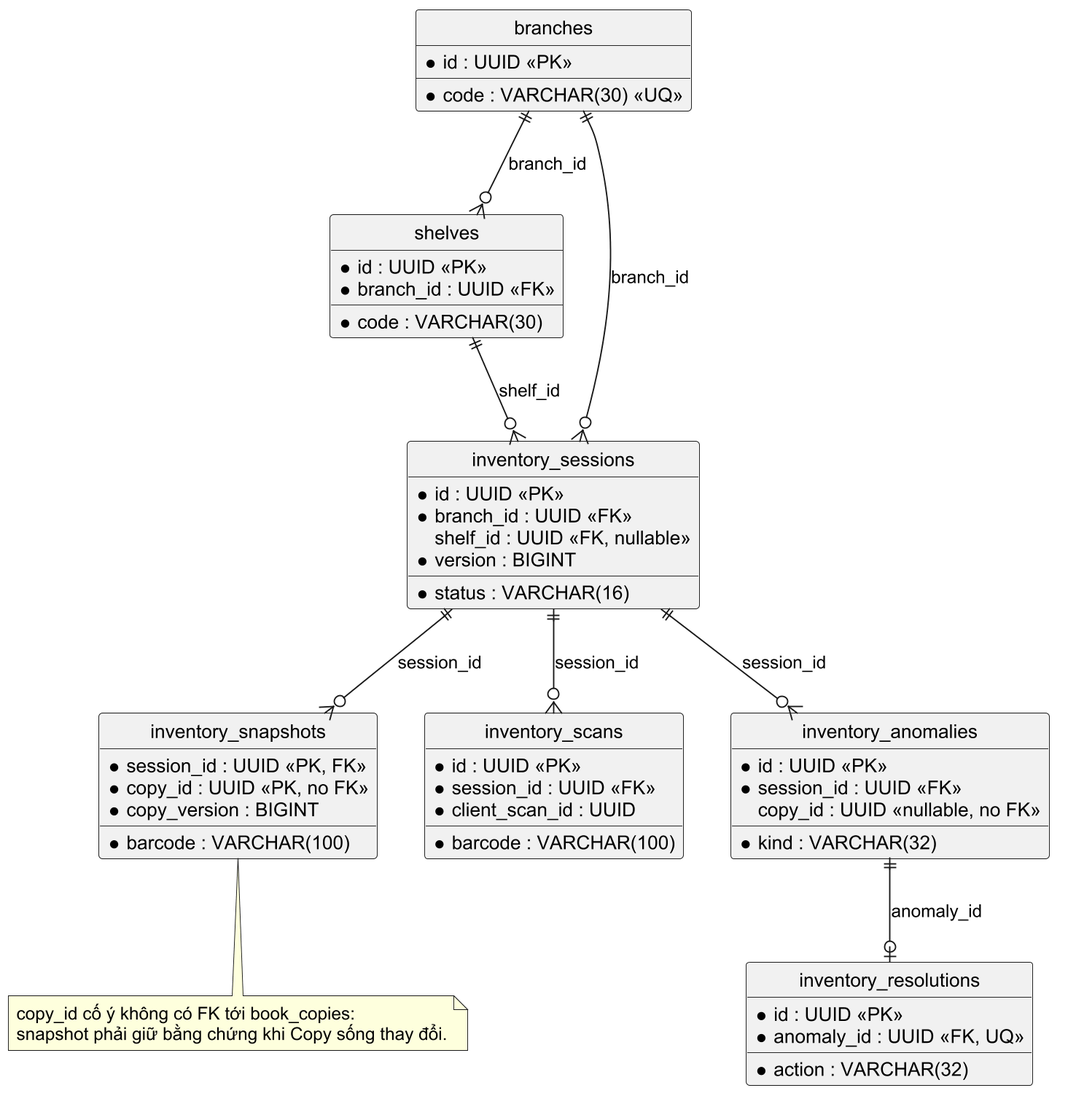
Before: ho-so-nop-bai/bao-cao/hinh/erd-inventory.png, a diagram exported from PlantUML (Shuuma4869/He-thong-quan-ly-va-khai-thac-thu-vien). Source of this version:
```plantuml
@startuml
skinparam shadowing false
skinparam dpi 180
skinparam defaultFontName "Arial"
hide circle
entity "branches" as branches {
  * id : UUID <<PK>>
  * code : VARCHAR(30) <<UQ>>
}
entity "shelves" as shelves {
  * id : UUID <<PK>>
  * branch_id : UUID <<FK>>
  * code : VARCHAR(30)
}
entity "inventory_sessions" as sessions {
  * id : UUID <<PK>>
  * branch_id : UUID <<FK>>
  shelf_id : UUID <<FK, nullable>>
  * status : VARCHAR(16)
  * version : BIGINT
}
entity "inventory_snapshots" as snapshots {
  * session_id : UUID <<PK, FK>>
  * copy_id : UUID <<PK, no FK>>
  * barcode : VARCHAR(100)
  * copy_version : BIGINT
}
entity "inventory_scans" as scans {
  * id : UUID <<PK>>
  * session_id : UUID <<FK>>
  * client_scan_id : UUID
  * barcode : VARCHAR(100)
}
entity "inventory_anomalies" as anomalies {
  * id : UUID <<PK>>
  * session_id : UUID <<FK>>
  copy_id : UUID <<nullable, no FK>>
  * kind : VARCHAR(32)
}
entity "inventory_resolutions" as resolutions {
  * id : UUID <<PK>>
  * anomaly_id : UUID <<FK, UQ>>
  * action : VARCHAR(32)
}
branches ||--o{ shelves : branch_id
branches ||--o{ sessions : branch_id
shelves ||--o{ sessions : shelf_id
sessions ||--o{ snapshots : session_id
sessions ||--o{ scans : session_id
sessions ||--o{ anomalies : session_id
anomalies ||--o| resolutions : anomaly_id
note bottom of snapshots
  copy_id cố ý không có FK tới book_copies:
  snapshot phải giữ bằng chứng khi Copy sống thay đổi.
end note
@enduml
```
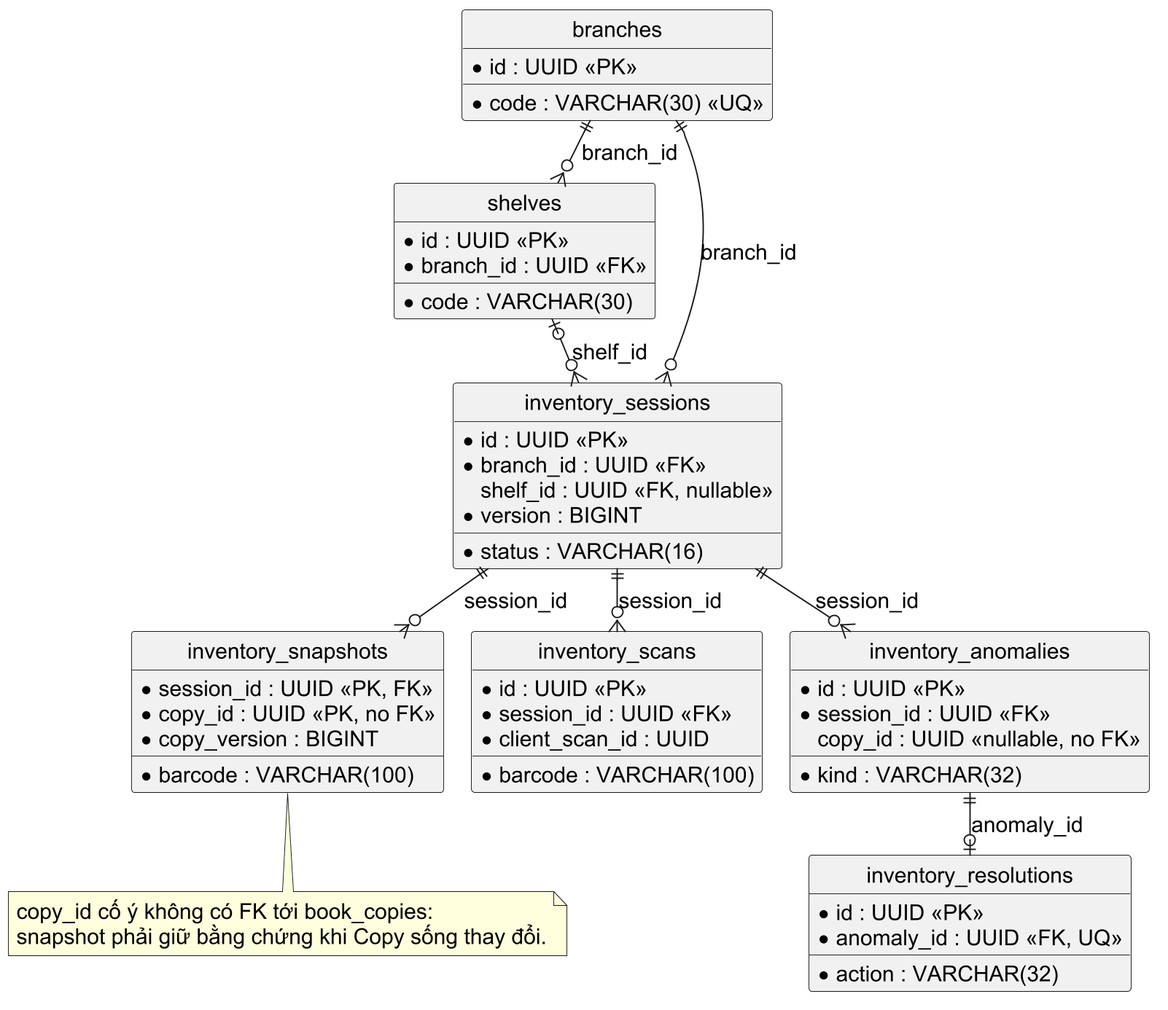
Above is the later version.

What changed in the source:
```diff
@@ -2,6 +2,9 @@
 skinparam shadowing false
 skinparam dpi 180
 skinparam defaultFontName "Arial"
+skinparam defaultFontSize 16
+skinparam nodesep 20
+skinparam ranksep 25
 hide circle
 entity "branches" as branches {
   * id : UUID <<PK>>
@@ -44,7 +47,7 @@
 }
 branches ||--o{ shelves : branch_id
 branches ||--o{ sessions : branch_id
-shelves ||--o{ sessions : shelf_id
+shelves |o--o{ sessions : shelf_id
 sessions ||--o{ snapshots : session_id
 sessions ||--o{ scans : session_id
 sessions ||--o{ anomalies : session_id
```
